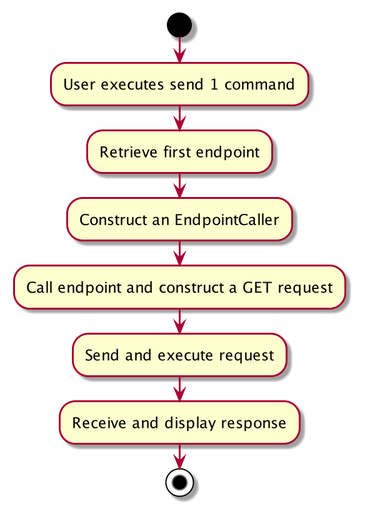
Above: docs/images/RequestActivityDiagram.png in nus-cs2103-AY2021S2/tp (PlantUML), before the change.
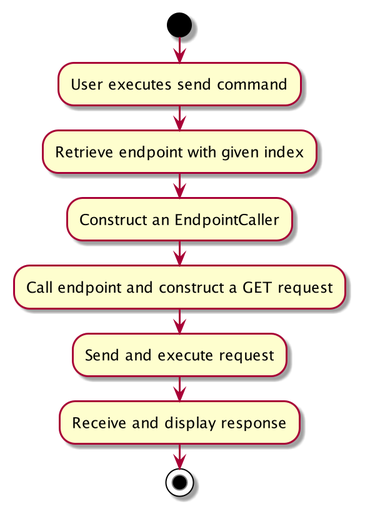
Above is the later version.

Commit message:
Docs: change RequestActivityDiagram action to be more accurate

Change to the diagram source:
```diff
@@ -1,7 +1,7 @@
 @startuml
 start
-:User executes send 1 command;
-:Retrieve first endpoint;
+:User executes send command;
+:Retrieve endpoint with given index;
 :Construct an EndpointCaller;
 :Call endpoint and construct a GET request;
 :Send and execute request;
```
